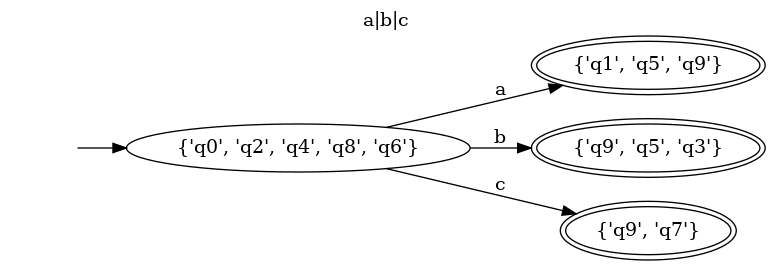
anthony-sv/Regex2NFA2DFA keeps this Graphviz diagram as dfa.png. Above is the earlier version. Its source is kept beside it as dfa.gv. The source it was exported from:
```dot
digraph G {
	rankdir=LR
	labelloc="t";
	label="a|b|c"
	" " [shape=plaintext]	"{'q0', 'q2', 'q4', 'q8', 'q6'}"
	"{'q1', 'q5', 'q9'}" [peripheries=2]
	"{'q9', 'q5', 'q3'}" [peripheries=2]
	"{'q9', 'q7'}" [peripheries=2]
	" " -> "{'q0', 'q2', 'q4', 'q8', 'q6'}"
	"{'q0', 'q2', 'q4', 'q8', 'q6'}" -> "{'q1', 'q5', 'q9'}" [label="a"]
	"{'q0', 'q2', 'q4', 'q8', 'q6'}" -> "{'q9', 'q5', 'q3'}" [label="b"]
	"{'q0', 'q2', 'q4', 'q8', 'q6'}" -> "{'q9', 'q7'}" [label="c"]
}
```
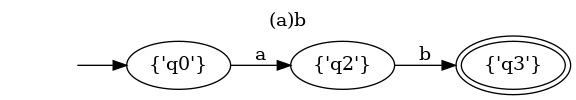
The same diagram one commit later.

The edit, as a diff of the source:
```diff
@@ -1,13 +1,11 @@
 digraph G {
 	rankdir=LR
 	labelloc="t";
-	label="a|b|c"
-	" " [shape=plaintext]	"{'q0', 'q2', 'q4', 'q8', 'q6'}"
-	"{'q1', 'q5', 'q9'}" [peripheries=2]
-	"{'q9', 'q5', 'q3'}" [peripheries=2]
-	"{'q9', 'q7'}" [peripheries=2]
-	" " -> "{'q0', 'q2', 'q4', 'q8', 'q6'}"
-	"{'q0', 'q2', 'q4', 'q8', 'q6'}" -> "{'q1', 'q5', 'q9'}" [label="a"]
-	"{'q0', 'q2', 'q4', 'q8', 'q6'}" -> "{'q9', 'q5', 'q3'}" [label="b"]
-	"{'q0', 'q2', 'q4', 'q8', 'q6'}" -> "{'q9', 'q7'}" [label="c"]
+	label="(a)b"
+	" " [shape=plaintext]	"{'q0'}"
+	"{'q2'}"
+	"{'q3'}" [peripheries=2]
+	" " -> "{'q0'}"
+	"{'q0'}" -> "{'q2'}" [label="a"]
+	"{'q2'}" -> "{'q3'}" [label="b"]
 }
```
